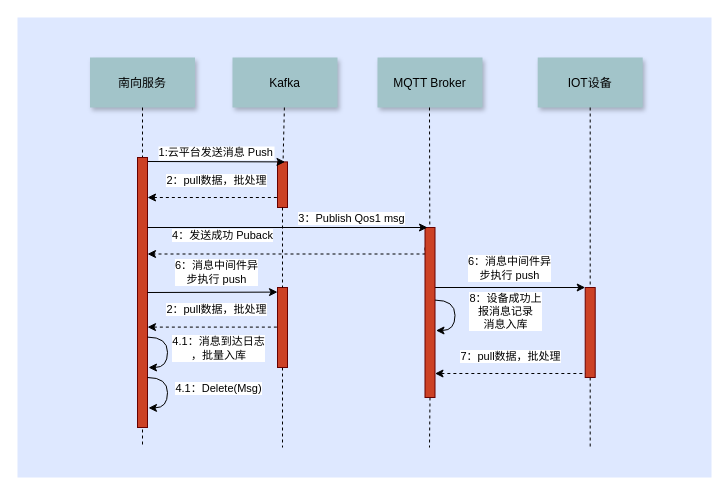
This is WebHook设备已收到消息成功.drawio from wjwzero/DesignDrawing-, a draw.io file, before an edit. Source tidied: cells renumbered, new cells numbered last; positions are measured from the earlier drawing's top-left corner, leaving out a move shared by most shapes. Both pictures are drawn from the tidied source at 100%, with x=0, y=0 at pixel (17, 17).
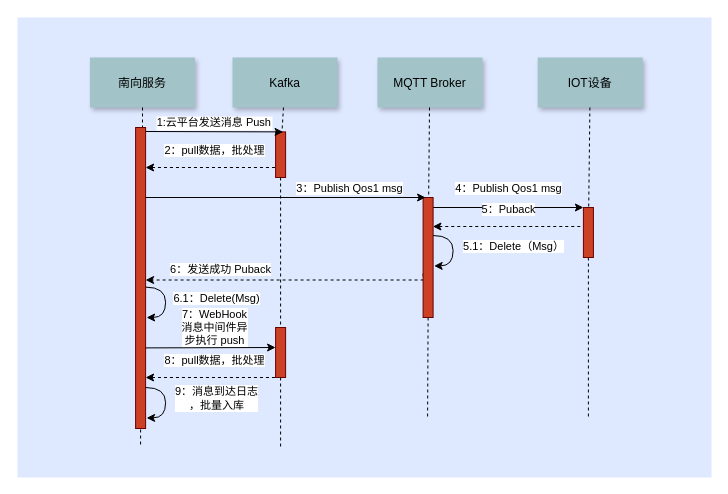
The same diagram, later.

Commit message:
更新WebHook设备已收到消息成功.drawio

The edit, as a diff of the source:
```diff
@@
     <mxCell id="4" style="fillColor=#CC4125;strokeColor=#660000;" parent="1" vertex="1">
-      <mxGeometry x="260" y="144.4" width="10" height="45.6" as="geometry" />
+      <mxGeometry x="258.1" y="114.4" width="10" height="45.6" as="geometry" />
     </mxCell>
@@
     <mxCell id="10" style="edgeStyle=none;dashed=1;endArrow=none;" parent="1" edge="1">
-      <mxGeometry x="50" y="300" as="geometry">
-        <mxPoint x="125" y="190" as="sourcePoint" />
-        <mxPoint x="125" y="430" as="targetPoint" />
+      <mxGeometry x="48.1" y="270" as="geometry">
+        <mxPoint x="123.1" y="160" as="sourcePoint" />
+        <mxPoint x="123.1" y="430" as="targetPoint" />
       </mxGeometry>
     </mxCell>
     <mxCell id="11" value="1:云平台发送消息 Push" style="edgeStyle=none;verticalLabelPosition=top;verticalAlign=bottom;entryX=0.75;entryY=0;entryDx=0;entryDy=0;" parent="1" edge="1" target="4">
-      <mxGeometry x="243" y="77.1" as="geometry">
-        <mxPoint x="130" y="144" as="sourcePoint" />
+      <mxGeometry x="241.1" y="47.1" as="geometry">
+        <mxPoint x="128.1" y="114" as="sourcePoint" />
       </mxGeometry>
     </mxCell>
     <mxCell id="12" style="edgeStyle=none;endArrow=none;dashed=1;exitX=0.5;exitY=1;exitDx=0;exitDy=0;" parent="1" edge="1" source="21">
-      <mxGeometry x="431.5" y="175" as="geometry">
-        <mxPoint x="412" y="430" as="targetPoint" />
+      <mxGeometry x="429.6" y="145" as="geometry">
+        <mxPoint x="410.1" y="400" as="targetPoint" />
       </mxGeometry>
     </mxCell>
     <mxCell id="13" style="edgeStyle=none;endArrow=none;dashed=1;" parent="1" edge="1" source="23">
-      <mxGeometry x="592.2" y="175" as="geometry">
-        <mxPoint x="572.7" y="430" as="targetPoint" />
+      <mxGeometry x="590.3" y="145" as="geometry">
+        <mxPoint x="570.9" y="400" as="targetPoint" />
       </mxGeometry>
     </mxCell>
     <mxCell id="14" style="fillColor=#CC4125;strokeColor=#660000;" parent="1" vertex="1">
-      <mxGeometry x="120" y="140" width="10" height="270" as="geometry" />
+      <mxGeometry x="118.1" y="110" width="10" height="301" as="geometry" />
     </mxCell>
     <mxCell id="15" style="edgeStyle=orthogonalEdgeStyle;rounded=0;orthogonalLoop=1;jettySize=auto;html=1;entryX=0.028;entryY=0.089;entryDx=0;entryDy=0;entryPerimeter=0;" parent="1" edge="1">
       <mxGeometry relative="1" as="geometry">
-        <mxPoint x="417.2" y="270" as="sourcePoint" />
-        <mxPoint x="567.7" y="270" as="targetPoint" />
+        <mxPoint x="415.4" y="190" as="sourcePoint" />
+        <mxPoint x="565.9" y="190" as="targetPoint" />
         <Array as="points">
-          <mxPoint x="416.7" y="270" />
+          <mxPoint x="414.9" y="190" />
         </Array>
       </mxGeometry>
     </mxCell>
-    <mxCell id="16" value="6：消息中间件异&lt;br&gt;步执行 push" style="edgeLabel;html=1;align=center;verticalAlign=middle;" parent="15" vertex="1">
+    <mxCell id="16" value="4：Publish Qos1 msg" style="edgeLabel;html=1;align=center;verticalAlign=middle;" parent="15" vertex="1">
       <mxGeometry x="-0.33" y="-1" relative="1" as="geometry">
-        <mxPoint x="24.7" y="-21" as="offset" />
+        <mxPoint x="24.7" y="-20.6" as="offset" />
       </mxGeometry>
     </mxCell>
     <mxCell id="17" style="edgeStyle=none;endArrow=none;dashed=1;" parent="1" edge="1" source="21">
-      <mxGeometry x="431.5" y="175" as="geometry">
-        <mxPoint x="412.4" y="330" as="targetPoint" />
+      <mxGeometry x="429.6" y="145" as="geometry">
+        <mxPoint x="410.6" y="300" as="targetPoint" />
       </mxGeometry>
     </mxCell>
     <mxCell id="18" style="edgeStyle=none;endArrow=none;dashed=1;" parent="1" edge="1" source="35">
-      <mxGeometry x="376.6" y="339.7" as="geometry">
-        <mxPoint x="265" y="430" as="targetPoint" />
+      <mxGeometry x="374.7" y="339.7" as="geometry">
+        <mxPoint x="263.1" y="430" as="targetPoint" />
       </mxGeometry>
     </mxCell>
     <mxCell id="19" style="edgeStyle=orthogonalEdgeStyle;rounded=0;orthogonalLoop=1;jettySize=auto;html=1;dashed=1;exitX=0;exitY=0.25;exitDx=0;exitDy=0;" parent="1" edge="1">
       <mxGeometry relative="1" as="geometry">
-        <mxPoint x="407.5" y="230" as="sourcePoint" />
-        <mxPoint x="130" y="236.5" as="targetPoint" />
+        <mxPoint x="405.6" y="256" as="sourcePoint" />
+        <mxPoint x="128.1" y="262.5" as="targetPoint" />
         <Array as="points">
-          <mxPoint x="408" y="236.5" />
+          <mxPoint x="406.1" y="262.5" />
         </Array>
       </mxGeometry>
     </mxCell>
-    <mxCell id="20" value="4：发送成功 Puback" style="edgeLabel;html=1;align=center;verticalAlign=middle;" parent="19" vertex="1">
+    <mxCell id="20" value="6：发送成功 Puback" style="edgeLabel;html=1;align=center;verticalAlign=middle;" parent="19" vertex="1">
       <mxGeometry x="-0.37" y="1" relative="1" as="geometry">
-        <mxPoint x="-121" y="-20" as="offset" />
+        <mxPoint x="-120.9" y="-12.5" as="offset" />
       </mxGeometry>
     </mxCell>
     <mxCell id="21" style="fillColor=#CC4125;strokeColor=#660000;" parent="1" vertex="1">
-      <mxGeometry x="407.5" y="210" width="10" height="170" as="geometry" />
+      <mxGeometry x="405.6" y="180" width="10" height="120" as="geometry" />
     </mxCell>
@@
     <mxCell id="23" style="fillColor=#CC4125;strokeColor=#660000;" parent="1" vertex="1">
-      <mxGeometry x="567.7" y="270" width="10" height="90" as="geometry" />
+      <mxGeometry x="565.9" y="190" width="10" height="50" as="geometry" />
     </mxCell>
@@
     <mxCell id="25" style="edgeStyle=orthogonalEdgeStyle;rounded=0;orthogonalLoop=1;jettySize=auto;html=1;entryX=0.028;entryY=0.089;entryDx=0;entryDy=0;entryPerimeter=0;startArrow=classic;startFill=1;endArrow=none;endFill=0;dashed=1;" parent="1" edge="1">
       <mxGeometry relative="1" as="geometry">
-        <mxPoint x="417.5" y="356" as="sourcePoint" />
-        <mxPoint x="568" y="356" as="targetPoint" />
+        <mxPoint x="415.4" y="209" as="sourcePoint" />
+        <mxPoint x="565.9" y="209" as="targetPoint" />
         <Array as="points">
-          <mxPoint x="417" y="356" />
+          <mxPoint x="414.9" y="209" />
         </Array>
       </mxGeometry>
     </mxCell>
-    <mxCell id="26" value="7：pull数据，批处理" style="edgeLabel;html=1;align=center;verticalAlign=middle;" parent="25" vertex="1">
+    <mxCell id="26" value="5：Puback" style="edgeLabel;html=1;align=center;verticalAlign=middle;" parent="25" vertex="1">
       <mxGeometry x="-0.33" y="-1" relative="1" as="geometry">
         <mxPoint x="24.7" y="-18.7" as="offset" />
       </mxGeometry>
     </mxCell>
     <mxCell id="27" style="edgeStyle=orthogonalEdgeStyle;curved=1;rounded=0;orthogonalLoop=1;jettySize=auto;html=1;exitX=0.928;exitY=0.095;exitDx=0;exitDy=0;exitPerimeter=0;" parent="1" edge="1">
       <mxGeometry relative="1" as="geometry">
-        <mxPoint x="417.5" y="282.6" as="sourcePoint" />
-        <mxPoint x="418.5" y="313" as="targetPoint" />
+        <mxPoint x="415.6" y="218" as="sourcePoint" />
+        <mxPoint x="416.6" y="248.4" as="targetPoint" />
         <Array as="points">
-          <mxPoint x="437.5" y="283" />
-          <mxPoint x="437.5" y="313" />
-          <mxPoint x="418.5" y="313" />
+          <mxPoint x="435.6" y="218.4" />
+          <mxPoint x="435.6" y="248.4" />
+          <mxPoint x="416.6" y="248.4" />
         </Array>
       </mxGeometry>
     </mxCell>
-    <mxCell id="28" value="8：设备成功上&lt;br&gt;报消息记录&lt;br&gt;消息入库" style="edgeLabel;html=1;align=center;verticalAlign=middle;" parent="27" vertex="1">
+    <mxCell id="28" value="5.1：Delete（Msg）" style="edgeLabel;html=1;align=center;verticalAlign=middle;" parent="27" vertex="1">
       <mxGeometry x="-0.31" y="-1" relative="1" as="geometry">
-        <mxPoint x="51" y="6.7" as="offset" />
+        <mxPoint x="60.5" y="6.7" as="offset" />
       </mxGeometry>
     </mxCell>
     <mxCell id="29" style="edgeStyle=orthogonalEdgeStyle;curved=1;rounded=0;orthogonalLoop=1;jettySize=auto;html=1;exitX=0.928;exitY=0.095;exitDx=0;exitDy=0;exitPerimeter=0;" parent="1" edge="1">
       <mxGeometry relative="1" as="geometry">
-        <mxPoint x="130" y="319.6" as="sourcePoint" />
-        <mxPoint x="131" y="350" as="targetPoint" />
+        <mxPoint x="128.1" y="370" as="sourcePoint" />
+        <mxPoint x="129.1" y="400.4" as="targetPoint" />
         <Array as="points">
-          <mxPoint x="150" y="320" />
-          <mxPoint x="150" y="350" />
-          <mxPoint x="131" y="350" />
+          <mxPoint x="148.1" y="370.4" />
+          <mxPoint x="148.1" y="400.4" />
+          <mxPoint x="129.1" y="400.4" />
         </Array>
       </mxGeometry>
     </mxCell>
-    <mxCell id="30" value="4.1：消息到达日志&lt;br&gt;，批量入库" style="edgeLabel;html=1;align=center;verticalAlign=middle;" parent="29" vertex="1">
+    <mxCell id="30" value="9：消息到达日志&lt;br&gt;，批量入库" style="edgeLabel;html=1;align=center;verticalAlign=middle;" parent="29" vertex="1">
       <mxGeometry x="-0.31" y="-1" relative="1" as="geometry">
         <mxPoint x="51" y="6.7" as="offset" />
       </mxGeometry>
     </mxCell>
     <mxCell id="31" style="edgeStyle=orthogonalEdgeStyle;rounded=0;orthogonalLoop=1;jettySize=auto;html=1;startArrow=classic;startFill=1;endArrow=none;endFill=0;dashed=1;" parent="1" edge="1">
       <mxGeometry relative="1" as="geometry">
-        <mxPoint x="130" y="180" as="sourcePoint" />
-        <mxPoint x="260" y="180" as="targetPoint" />
+        <mxPoint x="128.1" y="150" as="sourcePoint" />
+        <mxPoint x="258.1" y="150" as="targetPoint" />
         <Array as="points">
-          <mxPoint x="129.5" y="180" />
+          <mxPoint x="127.6" y="150" />
         </Array>
       </mxGeometry>
     </mxCell>
@@
     <mxCell id="33" style="edgeStyle=orthogonalEdgeStyle;rounded=0;orthogonalLoop=1;jettySize=auto;html=1;" parent="1" edge="1">
       <mxGeometry relative="1" as="geometry">
-        <mxPoint x="130" y="210" as="sourcePoint" />
-        <mxPoint x="410" y="210" as="targetPoint" />
+        <mxPoint x="128.1" y="180" as="sourcePoint" />
+        <mxPoint x="408.1" y="180" as="targetPoint" />
         <Array as="points">
-          <mxPoint x="129.5" y="210" />
+          <mxPoint x="127.6" y="180" />
         </Array>
       </mxGeometry>
     </mxCell>
@@
     <mxCell id="35" style="fillColor=#CC4125;strokeColor=#660000;" parent="1" vertex="1">
-      <mxGeometry x="260" y="270" width="10" height="80" as="geometry" />
+      <mxGeometry x="258.1" y="310" width="10" height="50" as="geometry" />
     </mxCell>
     <mxCell id="36" style="edgeStyle=none;endArrow=none;dashed=1;" parent="1" edge="1" source="4" target="35">
-      <mxGeometry x="376.6" y="339.7" as="geometry" />
+      <mxGeometry x="374.7" y="309.7" as="geometry" />
     </mxCell>
     <mxCell id="37" style="edgeStyle=orthogonalEdgeStyle;curved=1;rounded=0;orthogonalLoop=1;jettySize=auto;html=1;exitX=0.928;exitY=0.095;exitDx=0;exitDy=0;exitPerimeter=0;" parent="1" edge="1">
       <mxGeometry relative="1" as="geometry">
-        <mxPoint x="130" y="360" as="sourcePoint" />
-        <mxPoint x="131" y="390.4" as="targetPoint" />
+        <mxPoint x="128.1" y="269.6" as="sourcePoint" />
+        <mxPoint x="129.1" y="300" as="targetPoint" />
         <Array as="points">
-          <mxPoint x="150" y="360.4" />
-          <mxPoint x="150" y="390.4" />
-          <mxPoint x="131" y="390.4" />
+          <mxPoint x="148.1" y="270" />
+          <mxPoint x="148.1" y="300" />
+          <mxPoint x="129.1" y="300" />
         </Array>
       </mxGeometry>
     </mxCell>
-    <mxCell id="38" value="4.1：Delete(Msg)" style="edgeLabel;html=1;align=center;verticalAlign=middle;" parent="37" vertex="1">
+    <mxCell id="38" value="6.1：Delete(Msg)" style="edgeLabel;html=1;align=center;verticalAlign=middle;" parent="37" vertex="1">
       <mxGeometry x="-0.31" y="-1" relative="1" as="geometry">
         <mxPoint x="51" y="6.7" as="offset" />
       </mxGeometry>
     </mxCell>
     <mxCell id="39" style="edgeStyle=orthogonalEdgeStyle;rounded=0;orthogonalLoop=1;jettySize=auto;html=1;" parent="1" edge="1">
       <mxGeometry relative="1" as="geometry">
-        <mxPoint x="130" y="275" as="sourcePoint" />
-        <mxPoint x="260" y="274.6" as="targetPoint" />
+        <mxPoint x="128.1" y="330.4" as="sourcePoint" />
+        <mxPoint x="258.1" y="330" as="targetPoint" />
         <Array as="points">
-          <mxPoint x="129.5" y="275" />
+          <mxPoint x="127.6" y="330.4" />
         </Array>
       </mxGeometry>
     </mxCell>
-    <mxCell id="40" value="6：消息中间件异&lt;br&gt;步执行 push" style="edgeLabel;html=1;align=center;verticalAlign=middle;" parent="39" vertex="1">
+    <mxCell id="40" value="7：WebHook&lt;br&gt;消息中间件异&lt;br&gt;步执行 push" style="edgeLabel;html=1;align=center;verticalAlign=middle;" parent="39" vertex="1">
       <mxGeometry x="-0.33" y="-1" relative="1" as="geometry">
-        <mxPoint x="24.7" y="-21" as="offset" />
+        <mxPoint x="24.7" y="-21.3" as="offset" />
       </mxGeometry>
     </mxCell>
     <mxCell id="41" style="edgeStyle=orthogonalEdgeStyle;rounded=0;orthogonalLoop=1;jettySize=auto;html=1;startArrow=classic;startFill=1;endArrow=none;endFill=0;dashed=1;" parent="1" edge="1">
       <mxGeometry relative="1" as="geometry">
-        <mxPoint x="130" y="309.6" as="sourcePoint" />
-        <mxPoint x="260" y="309.6" as="targetPoint" />
+        <mxPoint x="128.1" y="360" as="sourcePoint" />
+        <mxPoint x="258.1" y="360" as="targetPoint" />
         <Array as="points">
-          <mxPoint x="129.5" y="309.6" />
+          <mxPoint x="127.6" y="360" />
         </Array>
       </mxGeometry>
     </mxCell>
-    <mxCell id="42" value="2：pull数据，批处理" style="edgeLabel;html=1;align=center;verticalAlign=middle;" parent="41" vertex="1">
+    <mxCell id="42" value="8：pull数据，批处理" style="edgeLabel;html=1;align=center;verticalAlign=middle;" parent="41" vertex="1">
       <mxGeometry x="-0.33" y="-1" relative="1" as="geometry">
         <mxPoint x="24.7" y="-18.7" as="offset" />
       </mxGeometry>
     </mxCell>
```
